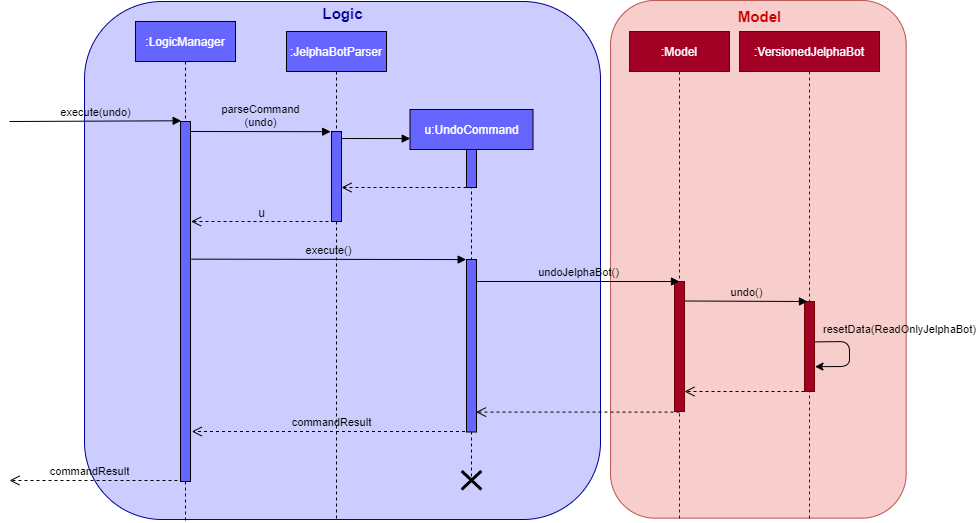
This is images/UndoSequenceDiagram.png from AY1920S2-CS2103-F09-2/main, a draw.io export, as it was before one commit. Source tidied: cells renumbered, new cells last; positions are measured from the earlier drawing's top-left corner, leaving out a move shared by most shapes.
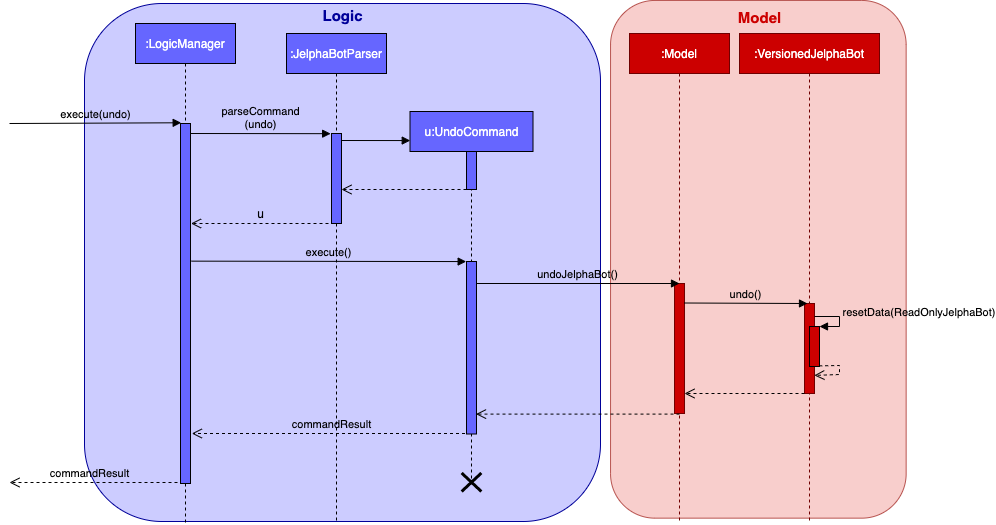
Above is the later version.

What changed in the source:
```diff
@@ -6,7 +6,7 @@
       <mxGeometry x="75" width="516" height="518" as="geometry" />
     </mxCell>
     <mxCell id="3" style="rounded=1;whiteSpace=wrap;html=1;shadow=0;rotation=-90;fillColor=#f8cecc;strokeColor=#b85450;" parent="1" vertex="1">
-      <mxGeometry x="490" y="110" width="517.7" height="295.6" as="geometry" />
+      <mxGeometry x="490" y="108" width="517.7" height="295.6" as="geometry" />
     </mxCell>
     <mxCell id="4" value="execute(undo)" style="html=1;verticalAlign=bottom;endArrow=block;fillColor=#4D9900;entryX=0.067;entryY=-0.002;entryDx=0;entryDy=0;entryPerimeter=0;labelBackgroundColor=none;" parent="1" edge="1" target="23">
       <mxGeometry relative="1" as="geometry">
@@ -70,10 +70,10 @@
         <mxPoint y="479" as="targetPoint" />
       </mxGeometry>
     </mxCell>
-    <mxCell id="18" value=":Model" style="shape=umlLifeline;perimeter=lifelinePerimeter;whiteSpace=wrap;html=1;shadow=0;fillColor=#a20025;strokeColor=#6F0000;fontColor=#ffffff;" parent="1" vertex="1">
+    <mxCell id="18" value=":Model" style="shape=umlLifeline;perimeter=lifelinePerimeter;whiteSpace=wrap;html=1;shadow=0;fillColor=#CC0000;strokeColor=#6F0000;fontColor=#ffffff;" parent="1" vertex="1">
       <mxGeometry x="620" y="30" width="100" height="488" as="geometry" />
     </mxCell>
-    <mxCell id="19" style="html=1;perimeter=orthogonalPerimeter;shadow=0;fillColor=#a20025;strokeColor=#6F0000;fontColor=#ffffff;" parent="18" vertex="1">
+    <mxCell id="19" style="html=1;perimeter=orthogonalPerimeter;shadow=0;fillColor=#CC0000;strokeColor=#6F0000;fontColor=#ffffff;" parent="18" vertex="1">
       <mxGeometry x="45" y="250" width="10" height="130" as="geometry" />
     </mxCell>
     <mxCell id="20" style="html=1;verticalAlign=bottom;endArrow=open;dashed=1;endSize=8;fillColor=#4D9900;" parent="1" edge="1">
@@ -115,21 +115,31 @@
         <mxPoint x="466.5" y="410.6" as="targetPoint" />
       </mxGeometry>
     </mxCell>
-    <mxCell id="30" value=":VersionedJelphaBot" style="shape=umlLifeline;perimeter=lifelinePerimeter;whiteSpace=wrap;html=1;shadow=0;fillColor=#a20025;strokeColor=#6F0000;fontColor=#ffffff;" parent="1" vertex="1">
+    <mxCell id="30" value=":VersionedJelphaBot" style="shape=umlLifeline;perimeter=lifelinePerimeter;whiteSpace=wrap;html=1;shadow=0;fillColor=#CC0000;strokeColor=#6F0000;fontColor=#ffffff;" parent="1" vertex="1">
       <mxGeometry x="730" y="30" width="140" height="490" as="geometry" />
     </mxCell>
-    <mxCell id="31" style="html=1;points=[];perimeter=orthogonalPerimeter;shadow=0;fillColor=#a20025;strokeColor=#6F0000;fontColor=#ffffff;" parent="30" vertex="1">
+    <mxCell id="31" style="html=1;points=[];perimeter=orthogonalPerimeter;shadow=0;fillColor=#CC0000;strokeColor=#6F0000;fontColor=#ffffff;" parent="30" vertex="1">
       <mxGeometry x="65" y="270" width="10" height="90" as="geometry" />
     </mxCell>
-    <mxCell id="32" value="resetData(ReadOnlyJelphaBot)" style="endArrow=classic;html=1;labelBackgroundColor=none;exitX=0.997;exitY=0.449;exitDx=0;exitDy=0;exitPerimeter=0;entryX=1.05;entryY=0.724;entryDx=0;entryDy=0;entryPerimeter=0;" parent="30" edge="1" source="31" target="31">
-      <mxGeometry x="-0.26" y="51" relative="1" as="geometry">
-        <Array as="points">
-          <mxPoint x="110" y="310" />
-          <mxPoint x="110" y="335" />
-        </Array>
-        <mxPoint x="-1" y="-12" as="offset" />
-      </mxGeometry>
-    </mxCell>
+    <mxCell id="35" style="html=1;points=[];perimeter=orthogonalPerimeter;fillColor=#CC0000;" parent="30" vertex="1">
+      <mxGeometry x="70" y="293" width="10" height="40" as="geometry" />
+    </mxCell>
+    <mxCell id="36" style="edgeStyle=orthogonalEdgeStyle;html=1;align=left;spacingLeft=2;endArrow=block;rounded=0;entryX=1;entryY=0;" parent="30" edge="1" target="35">
+      <mxGeometry relative="1" as="geometry">
+        <mxPoint x="75" y="283" as="sourcePoint" />
+        <Array as="points">
+          <mxPoint x="100" y="283" />
+        </Array>
+      </mxGeometry>
+    </mxCell>
+    <mxCell id="37" style="html=1;verticalAlign=bottom;endArrow=open;dashed=1;endSize=8;rounded=0;exitX=0.969;exitY=0.984;exitDx=0;exitDy=0;exitPerimeter=0;entryX=0.985;entryY=0.799;entryDx=0;entryDy=0;entryPerimeter=0;" parent="30" edge="1" source="35" target="31">
+      <mxGeometry x="-0.43" y="13" relative="1" as="geometry">
+        <Array as="points">
+          <mxPoint x="100" y="332" />
+          <mxPoint x="100" y="341" />
+        </Array>
+      </mxGeometry>
+    </mxCell>
     <mxCell id="33" value="undo()" style="html=1;verticalAlign=bottom;endArrow=block;fillColor=#4D9900;labelBackgroundColor=none;" parent="1" edge="1">
       <mxGeometry relative="1" as="geometry">
         <mxPoint x="675" y="299.5" as="sourcePoint" />
@@ -142,5 +152,8 @@
         <mxPoint x="675" y="390" as="targetPoint" />
       </mxGeometry>
     </mxCell>
+    <mxCell id="32" value="&lt;span style=&quot;font-size: 11px&quot;&gt;resetData(ReadOnlyJelphaBot)&lt;/span&gt;" style="text;html=1;strokeColor=none;fillColor=none;align=center;verticalAlign=middle;whiteSpace=wrap;rounded=0;" parent="1" vertex="1">
+      <mxGeometry x="890" y="298" width="40" height="20" as="geometry" />
+    </mxCell>
   </root>
 </mxGraphModel>
```
